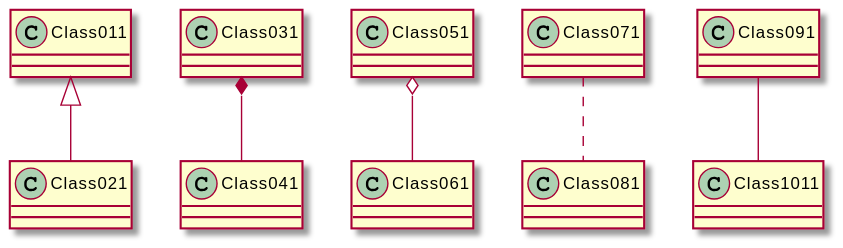
weichware10/meilensteine keeps this PlantUML diagram as meilenstein_03/sub/pumltest2.svg. Above is the earlier version. Source of this version:
```plantuml
@startuml
Class011 <|-- Class021
Class031 *-- Class041
Class051 o-- Class061
Class071 .. Class081
Class091 -- Class1011
@enduml
```
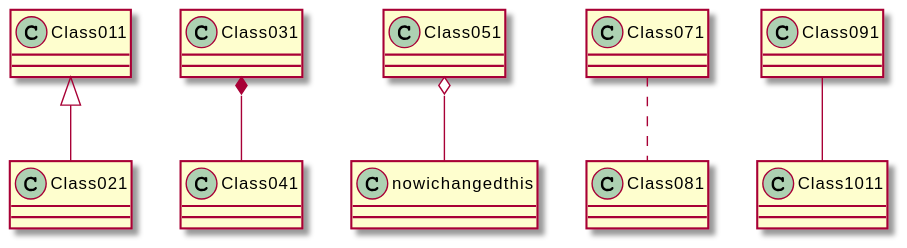
Above is the later version.

Commit message:
Render PlantUML SVGs

What changed in the source:
```diff
@@ -1,7 +1,7 @@
 @startuml
 Class011 <|-- Class021
 Class031 *-- Class041
-Class051 o-- Class061
+Class051 o-- nowichangedthis
 Class071 .. Class081
 Class091 -- Class1011
 @enduml
```
